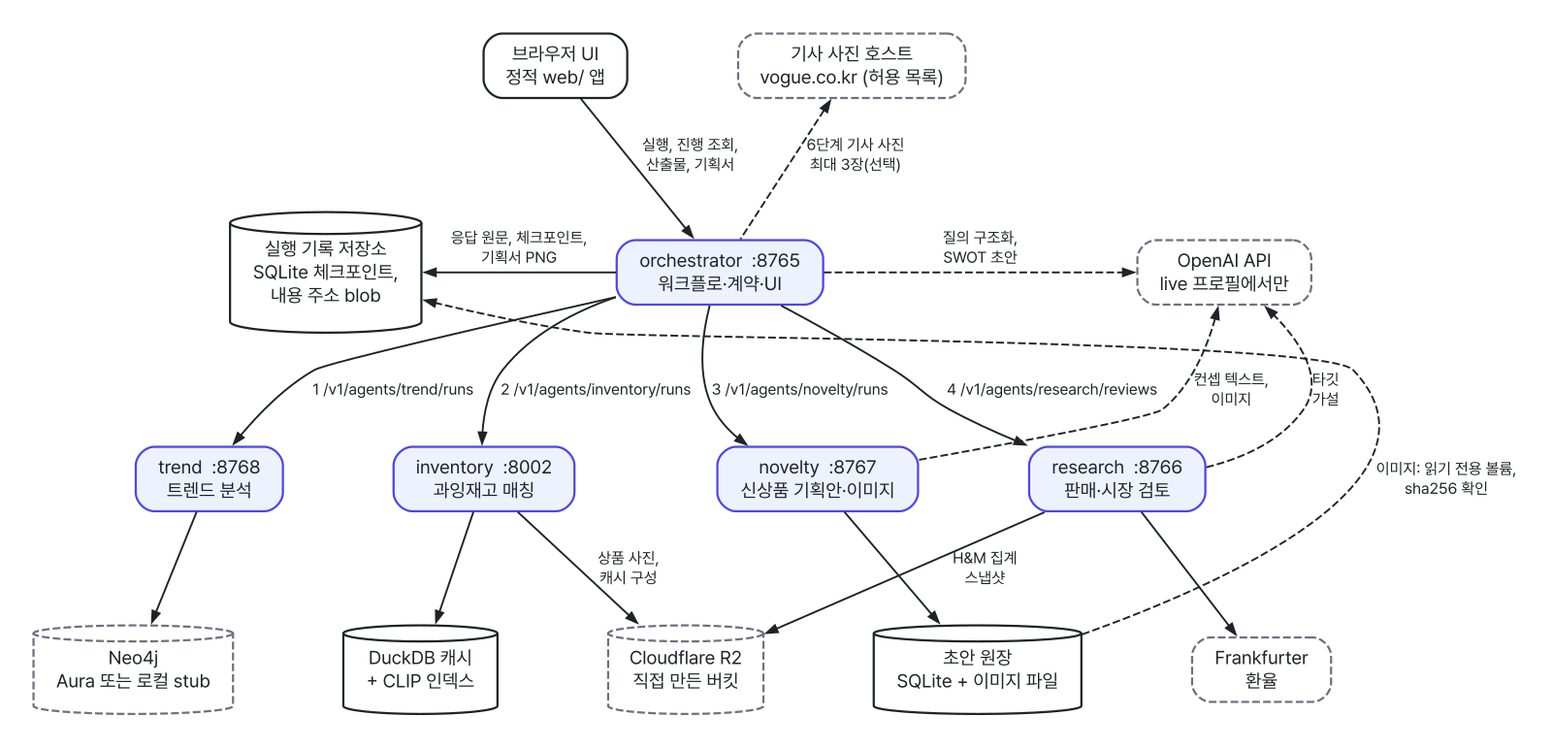
KG-RAG-02/fashion-planner-orchestrator keeps this Graphviz diagram as docs/diagrams/system.png. Above is the earlier version. Its source is kept beside it as docs/diagrams/src/system.dot.
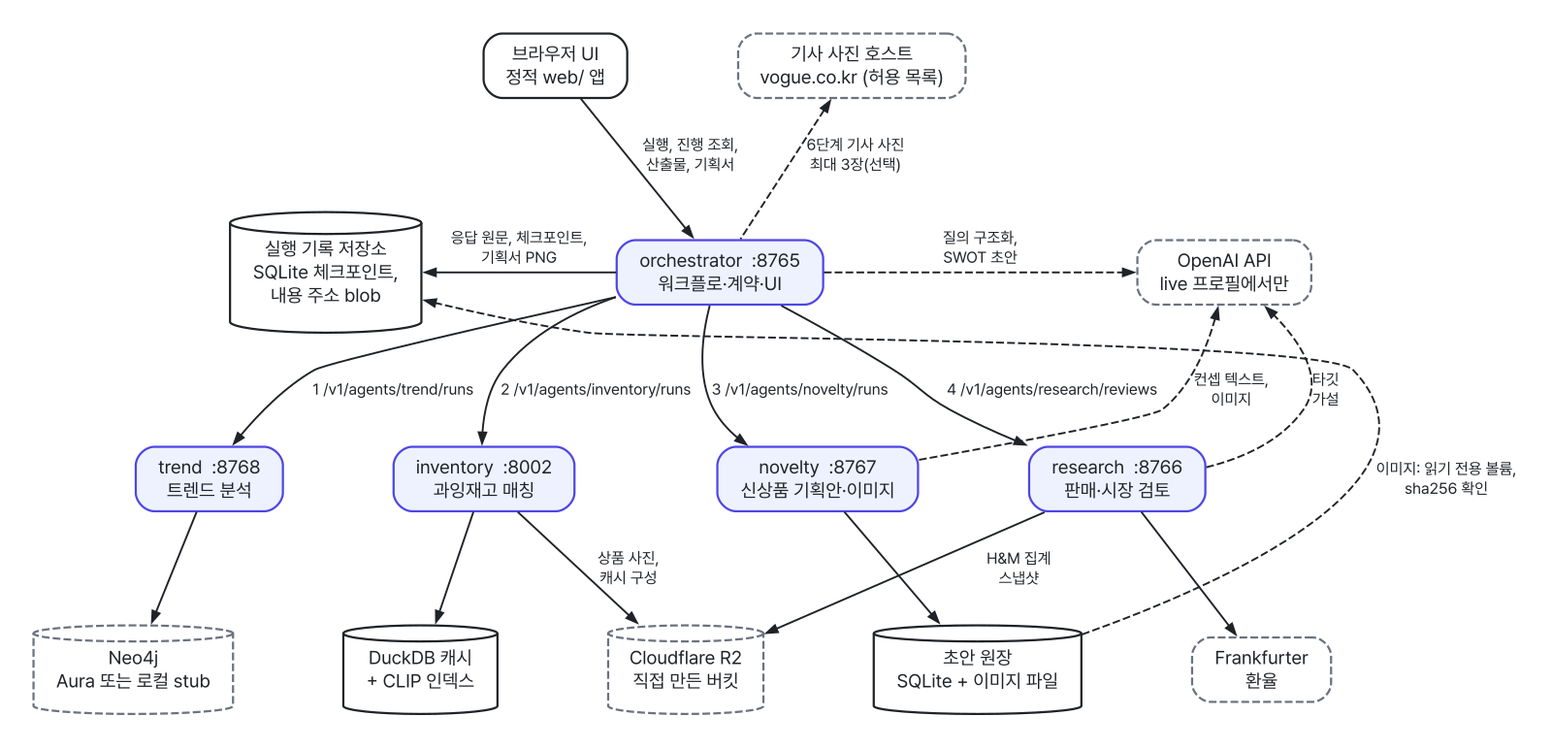
The same diagram one commit later.

The edit, as a diff of the source:
```diff
@@ -47,7 +47,7 @@
   nov   -> openai [label="컨셉 텍스트,\n이미지", style=dashed];
   res   -> openai [label="타깃\n가설", style=dashed];
   res   -> fx;
-  res   -> r2     [label="H&M 집계\n스냅샷"];
+  res   -> r2     [taillabel="H&M 집계\n스냅샷", labeldistance=4, labelangle=42];
   ledger -> store [label="이미지: 읽기 전용 볼륨,\nsha256 확인", style=dashed, constraint=false];
   orch  -> openai [label="질의 구조화,\nSWOT 초안", style=dashed, constraint=false];
 }
```
